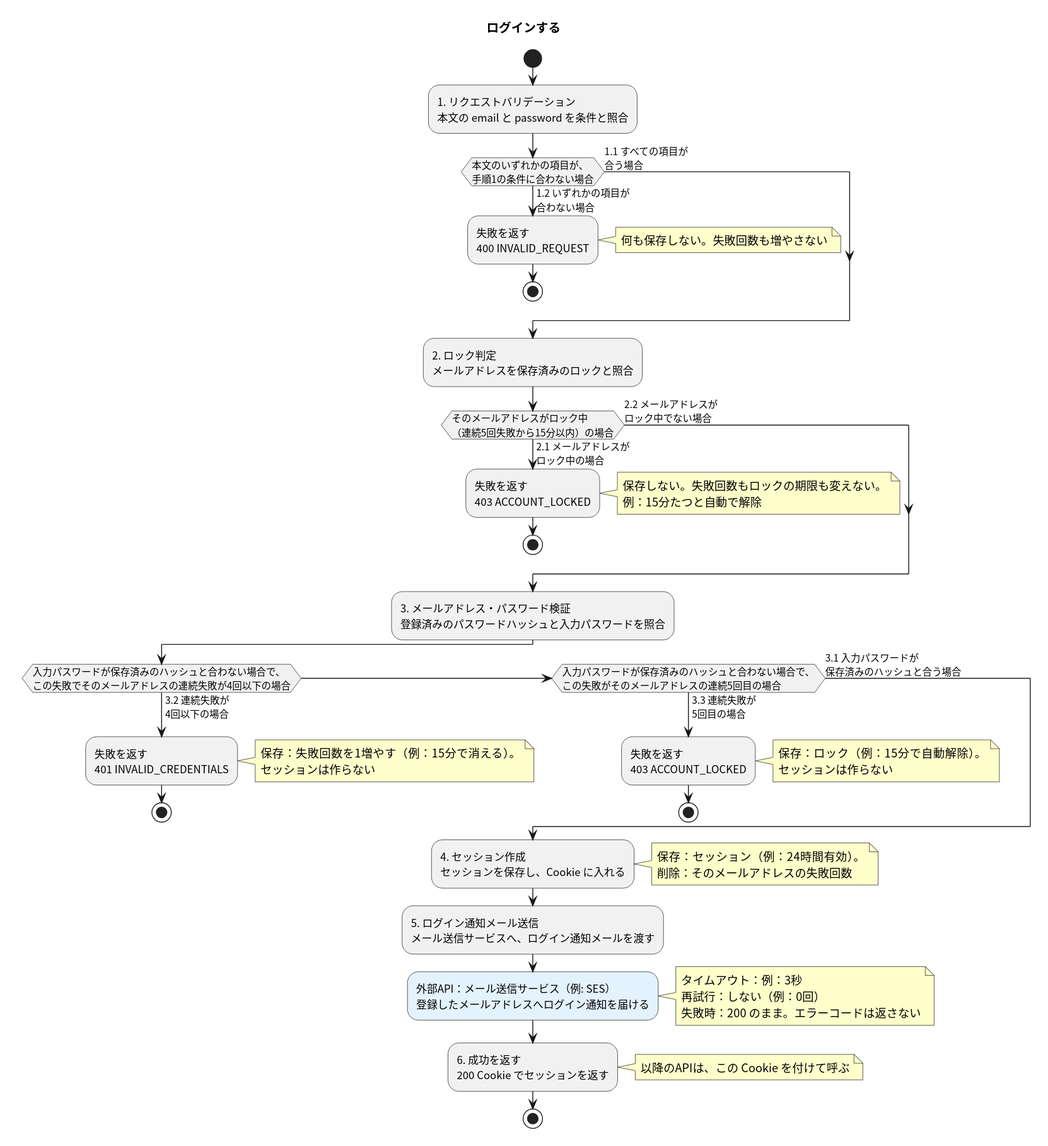
masamasamasato/design-doc-template keeps this PlantUML diagram as apis/login/flow.svg. Above is the earlier version. Its source is kept beside it as apis/login/flow.puml.
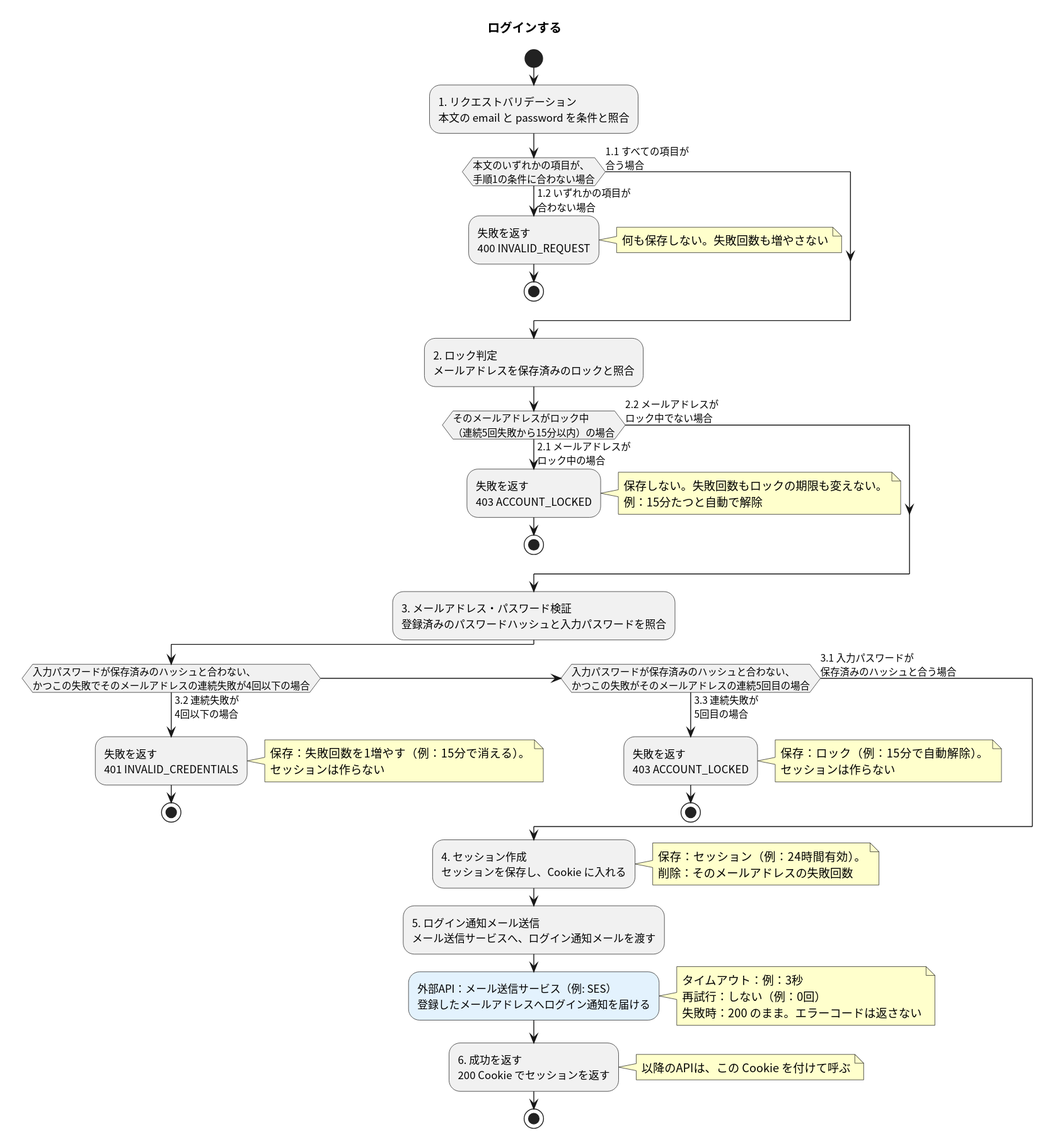
Above is the later version.

Change to the diagram source:
```diff
@@ -22,11 +22,11 @@
 else (2.2 メールアドレスが\nロック中でない場合)
 endif
 :3. メールアドレス・パスワード検証\n登録済みのパスワードハッシュと入力パスワードを照合;
-if (入力パスワードが保存済みのハッシュと合わない場合で、\nこの失敗でそのメールアドレスの連続失敗が4回以下の場合) then (3.2 連続失敗が\n4回以下の場合)
+if (入力パスワードが保存済みのハッシュと合わない、\nかつこの失敗でそのメールアドレスの連続失敗が4回以下の場合) then (3.2 連続失敗が\n4回以下の場合)
   :失敗を返す\n401 INVALID_CREDENTIALS;
   note right: 保存：失敗回数を1増やす（例：15分で消える）。\nセッションは作らない
   stop
-elseif (入力パスワードが保存済みのハッシュと合わない場合で、\nこの失敗がそのメールアドレスの連続5回目の場合) then (3.3 連続失敗が\n5回目の場合)
+elseif (入力パスワードが保存済みのハッシュと合わない、\nかつこの失敗がそのメールアドレスの連続5回目の場合) then (3.3 連続失敗が\n5回目の場合)
   :失敗を返す\n403 ACCOUNT_LOCKED;
   note right: 保存：ロック（例：15分で自動解除）。\nセッションは作らない
   stop
```
